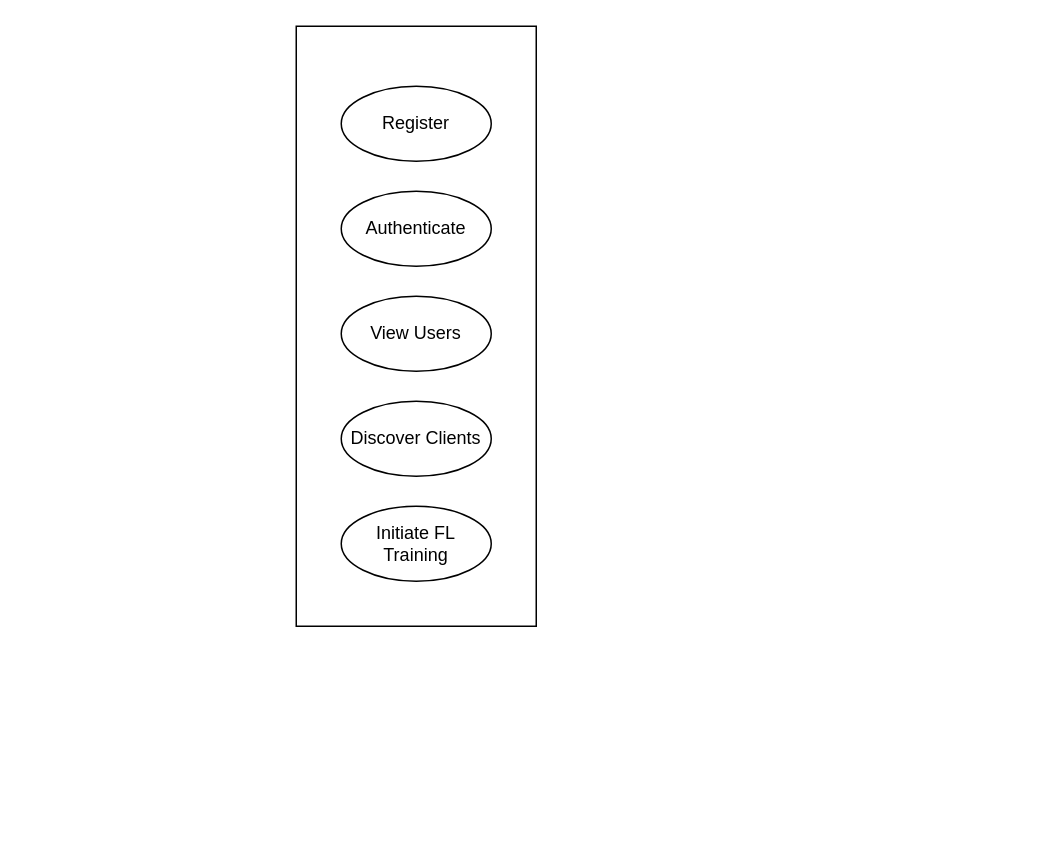
Before: Thesis/Use case view.drawio in anandanlk/Drawings, a draw.io diagram. Source tidied: cells renumbered, new cells numbered last; positions are measured from the earlier drawing's top-left corner, leaving out a move shared by most shapes. Both pictures are drawn from the tidied source at 150%, with x=0, y=0 at pixel (296, 26).
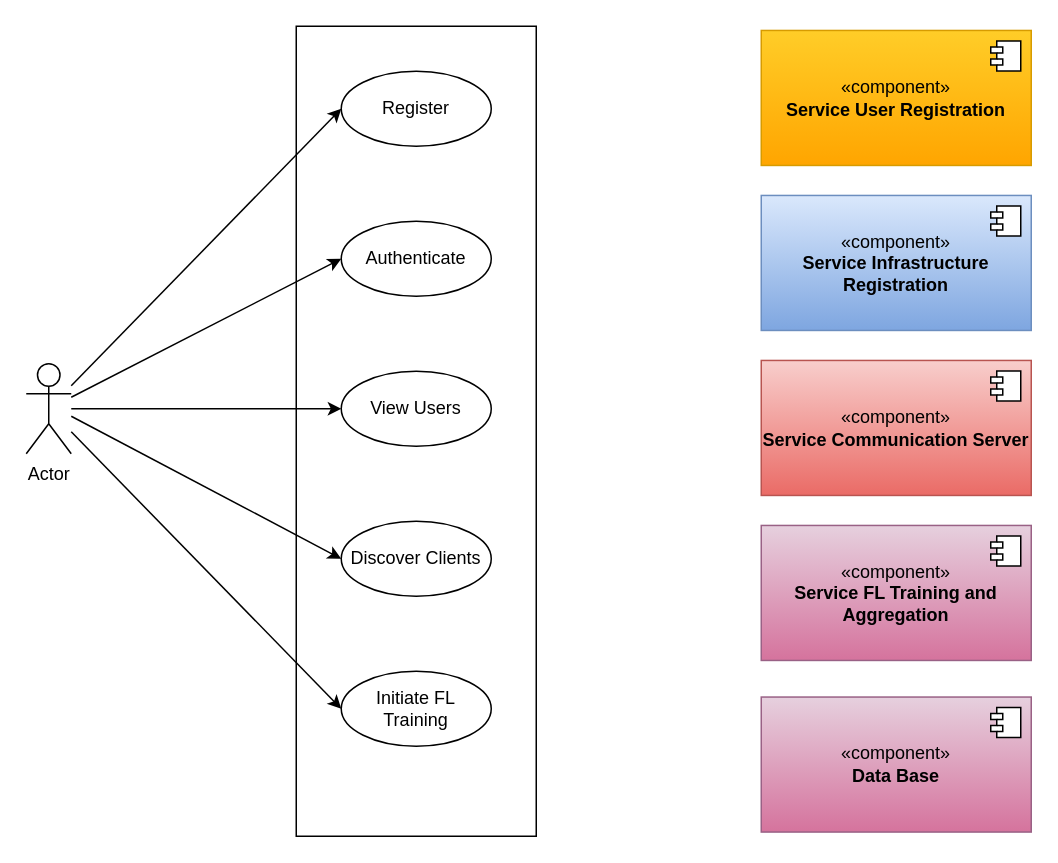
The same diagram, later.

Change to the diagram source:
```diff
@@
     <mxCell id="2" style="html=1;dashed=0;whiteSpace=wrap;" parent="1" vertex="1">
-      <mxGeometry width="160" height="400" as="geometry" />
+      <mxGeometry width="160" height="540" as="geometry" />
     </mxCell>
     <mxCell id="3" value="Register" style="shape=ellipse;html=1;dashed=0;whiteSpace=wrap;perimeter=ellipsePerimeter;" parent="1" vertex="1">
-      <mxGeometry x="30" y="40" width="100" height="50" as="geometry" />
+      <mxGeometry x="30" y="30" width="100" height="50" as="geometry" />
     </mxCell>
     <mxCell id="4" value="Initiate FL Training" style="shape=ellipse;html=1;dashed=0;whiteSpace=wrap;perimeter=ellipsePerimeter;" parent="1" vertex="1">
-      <mxGeometry x="30" y="320" width="100" height="50" as="geometry" />
+      <mxGeometry x="30" y="430" width="100" height="50" as="geometry" />
     </mxCell>
     <mxCell id="5" value="View Users" style="shape=ellipse;html=1;dashed=0;whiteSpace=wrap;perimeter=ellipsePerimeter;" parent="1" vertex="1">
-      <mxGeometry x="30" y="180" width="100" height="50" as="geometry" />
+      <mxGeometry x="30" y="230" width="100" height="50" as="geometry" />
     </mxCell>
     <mxCell id="6" value="Authenticate" style="shape=ellipse;html=1;dashed=0;whiteSpace=wrap;perimeter=ellipsePerimeter;" parent="1" vertex="1">
-      <mxGeometry x="30" y="110" width="100" height="50" as="geometry" />
+      <mxGeometry x="30" y="130" width="100" height="50" as="geometry" />
     </mxCell>
     <mxCell id="7" value="Discover Clients" style="shape=ellipse;html=1;dashed=0;whiteSpace=wrap;perimeter=ellipsePerimeter;" parent="1" vertex="1">
-      <mxGeometry x="30" y="250" width="100" height="50" as="geometry" />
+      <mxGeometry x="30" y="330" width="100" height="50" as="geometry" />
     </mxCell>
+    <mxCell id="8" value="«component»&lt;br&gt;&lt;b&gt;Service User Registration&lt;/b&gt;" style="html=1;whiteSpace=wrap;fillColor=#ffcd28;strokeColor=#d79b00;gradientColor=#ffa500;" parent="1" vertex="1">
+      <mxGeometry x="310" y="2.8" width="180" height="90" as="geometry" />
+    </mxCell>
+    <mxCell id="9" style="shape=module;jettyWidth=8;jettyHeight=4;" parent="8" vertex="1">
+      <mxGeometry x="1" width="20" height="20" relative="1" as="geometry">
+        <mxPoint x="-27" y="7" as="offset" />
+      </mxGeometry>
+    </mxCell>
+    <mxCell id="10" value="«component»&lt;br&gt;&lt;b&gt;Service FL Training and Aggregation&lt;/b&gt;" style="html=1;whiteSpace=wrap;fillColor=#e6d0de;strokeColor=#996185;gradientColor=#d5739d;" parent="1" vertex="1">
+      <mxGeometry x="310" y="332.8" width="180" height="90" as="geometry" />
+    </mxCell>
+    <mxCell id="11" style="shape=module;jettyWidth=8;jettyHeight=4;" parent="10" vertex="1">
+      <mxGeometry x="1" width="20" height="20" relative="1" as="geometry">
+        <mxPoint x="-27" y="7" as="offset" />
+      </mxGeometry>
+    </mxCell>
+    <mxCell id="12" value="«component»&lt;br&gt;&lt;b&gt;Service Infrastructure Registration&lt;/b&gt;" style="html=1;whiteSpace=wrap;fillColor=#dae8fc;strokeColor=#6c8ebf;gradientColor=#7ea6e0;" parent="1" vertex="1">
+      <mxGeometry x="310" y="112.8" width="180" height="90" as="geometry" />
+    </mxCell>
+    <mxCell id="13" style="shape=module;jettyWidth=8;jettyHeight=4;" parent="12" vertex="1">
+      <mxGeometry x="1" width="20" height="20" relative="1" as="geometry">
+        <mxPoint x="-27" y="7" as="offset" />
+      </mxGeometry>
+    </mxCell>
+    <mxCell id="14" value="«component»&lt;br&gt;&lt;b&gt;Service Communication Server&lt;/b&gt;" style="html=1;whiteSpace=wrap;fillColor=#f8cecc;gradientColor=#ea6b66;strokeColor=#b85450;" parent="1" vertex="1">
+      <mxGeometry x="310" y="222.8" width="180" height="90" as="geometry" />
+    </mxCell>
+    <mxCell id="15" style="shape=module;jettyWidth=8;jettyHeight=4;" parent="14" vertex="1">
+      <mxGeometry x="1" width="20" height="20" relative="1" as="geometry">
+        <mxPoint x="-27" y="7" as="offset" />
+      </mxGeometry>
+    </mxCell>
+    <mxCell id="16" value="«component»&lt;br&gt;&lt;b&gt;Data Base&lt;/b&gt;" style="html=1;whiteSpace=wrap;fillColor=#e6d0de;strokeColor=#996185;gradientColor=#d5739d;" parent="1" vertex="1">
+      <mxGeometry x="310" y="447.2" width="180" height="90" as="geometry" />
+    </mxCell>
+    <mxCell id="17" style="shape=module;jettyWidth=8;jettyHeight=4;" parent="16" vertex="1">
+      <mxGeometry x="1" width="20" height="20" relative="1" as="geometry">
+        <mxPoint x="-27" y="7" as="offset" />
+      </mxGeometry>
+    </mxCell>
+    <mxCell id="18" style="rounded=0;jettySize=auto;html=1;entryX=0;entryY=0.5;entryDx=0;entryDy=0;" parent="1" edge="1" source="23" target="5">
+      <mxGeometry relative="1" as="geometry" />
+    </mxCell>
+    <mxCell id="19" style="rounded=0;jettySize=auto;html=1;entryX=0;entryY=0.5;entryDx=0;entryDy=0;" parent="1" edge="1" target="7">
+      <mxGeometry relative="1" as="geometry">
+        <mxPoint x="-150" y="260" as="sourcePoint" />
+      </mxGeometry>
+    </mxCell>
+    <mxCell id="20" style="rounded=0;jettySize=auto;html=1;entryX=0;entryY=0.5;entryDx=0;entryDy=0;" parent="1" edge="1" source="23" target="4">
+      <mxGeometry relative="1" as="geometry" />
+    </mxCell>
+    <mxCell id="21" style="rounded=0;jettySize=auto;html=1;entryX=0;entryY=0.5;entryDx=0;entryDy=0;" parent="1" edge="1" source="23" target="3">
+      <mxGeometry relative="1" as="geometry" />
+    </mxCell>
+    <mxCell id="22" style="rounded=0;jettySize=auto;html=1;entryX=0;entryY=0.5;entryDx=0;entryDy=0;" parent="1" edge="1" source="23" target="6">
+      <mxGeometry relative="1" as="geometry" />
+    </mxCell>
+    <mxCell id="23" value="Actor" style="shape=umlActor;verticalLabelPosition=bottom;verticalAlign=top;html=1;outlineConnect=0;" parent="1" vertex="1">
+      <mxGeometry x="-180" y="225" width="30" height="60" as="geometry" />
+    </mxCell>
```
